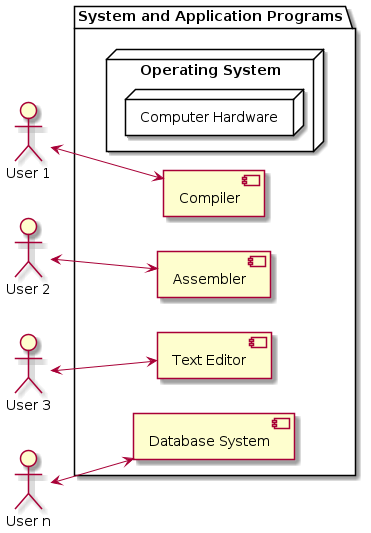
Earlier version of the PlantUML export docs/images/operating-system-concepts-figure-1-1.png (chayward1/dotfiles). Its diagram source:
```plantuml
@startuml

allowmixing
left to right direction


actor "User 1" as u1
actor "User 2" as u2
actor "User 3" as u3
actor "User n" as un


package "System and Application Programs" as sys {
  component "Compiler" as cmp
  component "Assembler" as asm
  component "Text Editor" as edit
  component "Database System" as db
  node "Operating System" as os {
    node "Computer Hardware" as hw {
    }
  }
}

u1 <--> cmp
u2 <--> asm
u3 <--> edit
un <--> db
@enduml
```
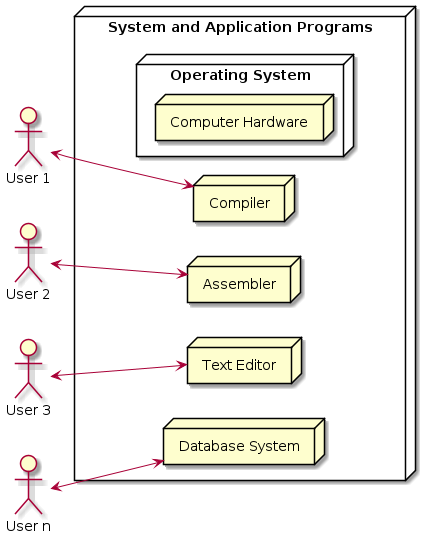
The same file after the commit.

What changed in the source:
```diff
@@ -10,14 +10,13 @@
 actor "User n" as un
 
 
-package "System and Application Programs" as sys {
-  component "Compiler" as cmp
-  component "Assembler" as asm
-  component "Text Editor" as edit
-  component "Database System" as db
+node "System and Application Programs" as sys {
+  node "Compiler" as cmp
+  node "Assembler" as asm
+  node "Text Editor" as edit
+  node "Database System" as db
   node "Operating System" as os {
-    node "Computer Hardware" as hw {
-    }
+    node "Computer Hardware"
   }
 }
 
```
